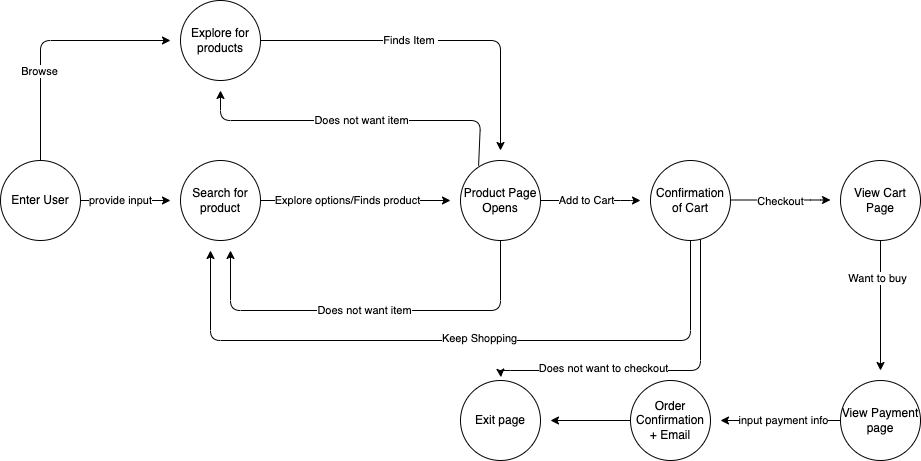
The draw.io diagram explore/diagramming/diagram.drawio.png in JacksonYangUCSD/sp24-cse110-lab4, before a commit. Source tidied: cells renumbered, new cells last; positions are measured from the earlier drawing's top-left corner, leaving out a move shared by most shapes. Source of this version:
```xml
<mxGraphModel>
  <root>
    <mxCell id="0" />
    <mxCell id="1" parent="0" />
    <mxCell id="2" value="provide input" style="edgeStyle=none;html=1;exitX=1;exitY=0.5;exitDx=0;exitDy=0;" parent="1" edge="1" source="5">
      <mxGeometry x="-0.11" relative="1" as="geometry">
        <mxPoint x="170" y="200" as="targetPoint" />
      </mxGeometry>
    </mxCell>
    <mxCell id="3" style="edgeStyle=none;html=1;" parent="1" edge="1" source="5">
      <mxGeometry relative="1" as="geometry">
        <mxPoint x="170" y="40" as="targetPoint" />
        <Array as="points">
          <mxPoint x="40" y="40" />
        </Array>
      </mxGeometry>
    </mxCell>
    <mxCell id="4" value="Browse" style="edgeLabel;html=1;align=center;verticalAlign=middle;" parent="3" vertex="1">
      <mxGeometry x="-0.28" y="1" relative="1" as="geometry" />
    </mxCell>
    <mxCell id="5" value="Enter User" style="ellipse;whiteSpace=wrap;html=1;" parent="1" vertex="1">
      <mxGeometry y="160" width="80" height="80" as="geometry" />
    </mxCell>
    <mxCell id="6" value="Explore options/Finds product" style="edgeStyle=none;html=1;" parent="1" edge="1" source="7">
      <mxGeometry x="-0.09" relative="1" as="geometry">
        <mxPoint x="450" y="200" as="targetPoint" />
      </mxGeometry>
    </mxCell>
    <mxCell id="7" value="Search for product" style="ellipse;whiteSpace=wrap;html=1;" parent="1" vertex="1">
      <mxGeometry x="180" y="160" width="80" height="80" as="geometry" />
    </mxCell>
    <mxCell id="8" style="edgeStyle=none;html=1;" parent="1" edge="1" source="14">
      <mxGeometry relative="1" as="geometry">
        <mxPoint x="230" y="250" as="targetPoint" />
        <Array as="points">
          <mxPoint x="500" y="310" />
          <mxPoint x="230" y="310" />
        </Array>
      </mxGeometry>
    </mxCell>
    <mxCell id="9" value="Does not want item" style="edgeLabel;html=1;align=center;verticalAlign=middle;" parent="8" vertex="1">
      <mxGeometry x="-0.29" y="2" relative="1" as="geometry">
        <mxPoint x="-63" y="-2" as="offset" />
      </mxGeometry>
    </mxCell>
    <mxCell id="10" style="edgeStyle=none;html=1;" parent="1" edge="1" source="14">
      <mxGeometry relative="1" as="geometry">
        <mxPoint x="640" y="200" as="targetPoint" />
        <Array as="points">
          <mxPoint x="630" y="200" />
        </Array>
      </mxGeometry>
    </mxCell>
    <mxCell id="11" value="Add to Cart" style="edgeLabel;html=1;align=center;verticalAlign=middle;" parent="10" vertex="1">
      <mxGeometry x="-0.42" y="-4" relative="1" as="geometry">
        <mxPoint x="17" y="-4" as="offset" />
      </mxGeometry>
    </mxCell>
    <mxCell id="12" style="edgeStyle=none;html=1;exitX=0.226;exitY=0.065;exitDx=0;exitDy=0;exitPerimeter=0;" parent="1" edge="1" source="14">
      <mxGeometry relative="1" as="geometry">
        <mxPoint x="220" y="90" as="targetPoint" />
        <Array as="points">
          <mxPoint x="480" y="120" />
          <mxPoint x="220" y="120" />
        </Array>
      </mxGeometry>
    </mxCell>
    <mxCell id="13" value="Does not want item" style="edgeLabel;html=1;align=center;verticalAlign=middle;" parent="12" vertex="1">
      <mxGeometry x="0.2" relative="1" as="geometry">
        <mxPoint x="36" as="offset" />
      </mxGeometry>
    </mxCell>
    <mxCell id="14" value="Product Page&lt;br&gt;Opens" style="ellipse;whiteSpace=wrap;html=1;" parent="1" vertex="1">
      <mxGeometry x="460" y="160" width="80" height="80" as="geometry" />
    </mxCell>
    <mxCell id="15" style="edgeStyle=none;html=1;" parent="1" edge="1" source="19">
      <mxGeometry relative="1" as="geometry">
        <mxPoint x="210" y="250" as="targetPoint" />
        <Array as="points">
          <mxPoint x="690" y="340" />
          <mxPoint x="210" y="340" />
        </Array>
      </mxGeometry>
    </mxCell>
    <mxCell id="16" value="Keep Shopping" style="edgeLabel;html=1;align=center;verticalAlign=middle;points=[];" parent="15" vertex="1">
      <mxGeometry x="-0.07" y="-2" relative="1" as="geometry" />
    </mxCell>
    <mxCell id="17" style="edgeStyle=none;html=1;entryX=0.505;entryY=-0.041;entryDx=0;entryDy=0;entryPerimeter=0;" parent="1" edge="1" target="30">
      <mxGeometry relative="1" as="geometry">
        <mxPoint x="700" y="230" as="sourcePoint" />
        <Array as="points">
          <mxPoint x="700" y="370" />
          <mxPoint x="500" y="370" />
        </Array>
      </mxGeometry>
    </mxCell>
    <mxCell id="18" value="Does not want to checkout" style="edgeLabel;html=1;align=center;verticalAlign=middle;points=[];" parent="17" vertex="1">
      <mxGeometry x="0.37" y="-2" relative="1" as="geometry" />
    </mxCell>
    <mxCell id="19" value="Confirmation&lt;br&gt;of Cart" style="ellipse;whiteSpace=wrap;html=1;" parent="1" vertex="1">
      <mxGeometry x="650" y="160" width="80" height="80" as="geometry" />
    </mxCell>
    <mxCell id="20" style="edgeStyle=none;html=1;" parent="1" edge="1">
      <mxGeometry relative="1" as="geometry">
        <mxPoint x="730" y="199.5" as="sourcePoint" />
        <mxPoint x="830" y="199.5" as="targetPoint" />
        <Array as="points">
          <mxPoint x="820" y="199.5" />
        </Array>
      </mxGeometry>
    </mxCell>
    <mxCell id="21" value="Checkout" style="edgeLabel;html=1;align=center;verticalAlign=middle;points=[];" parent="20" vertex="1">
      <mxGeometry x="-0.2" y="3" relative="1" as="geometry">
        <mxPoint x="10" y="4" as="offset" />
      </mxGeometry>
    </mxCell>
    <mxCell id="22" style="edgeStyle=none;html=1;" parent="1" edge="1" source="24">
      <mxGeometry relative="1" as="geometry">
        <mxPoint x="880" y="370" as="targetPoint" />
      </mxGeometry>
    </mxCell>
    <mxCell id="23" value="Want to buy" style="edgeLabel;html=1;align=center;verticalAlign=middle;" parent="22" vertex="1">
      <mxGeometry x="-0.42" y="-3" relative="1" as="geometry" />
    </mxCell>
    <mxCell id="24" value="View Cart&lt;br&gt;Page" style="ellipse;whiteSpace=wrap;html=1;" parent="1" vertex="1">
      <mxGeometry x="840" y="160" width="80" height="80" as="geometry" />
    </mxCell>
    <mxCell id="25" style="edgeStyle=none;html=1;" parent="1" edge="1" source="27">
      <mxGeometry relative="1" as="geometry">
        <mxPoint x="720" y="420" as="targetPoint" />
      </mxGeometry>
    </mxCell>
    <mxCell id="26" value="input payment info" style="edgeLabel;html=1;align=center;verticalAlign=middle;" parent="25" vertex="1">
      <mxGeometry x="-0.04" y="-2" relative="1" as="geometry">
        <mxPoint y="2" as="offset" />
      </mxGeometry>
    </mxCell>
    <mxCell id="27" value="View Payment&lt;br&gt;page" style="ellipse;whiteSpace=wrap;html=1;" parent="1" vertex="1">
      <mxGeometry x="840" y="380" width="80" height="80" as="geometry" />
    </mxCell>
    <mxCell id="28" style="edgeStyle=none;html=1;" parent="1" edge="1" source="29">
      <mxGeometry relative="1" as="geometry">
        <mxPoint x="550" y="420" as="targetPoint" />
      </mxGeometry>
    </mxCell>
    <mxCell id="29" value="Order Confirmation + Email" style="ellipse;whiteSpace=wrap;html=1;" parent="1" vertex="1">
      <mxGeometry x="630" y="380" width="80" height="80" as="geometry" />
    </mxCell>
    <mxCell id="30" value="Exit page" style="ellipse;whiteSpace=wrap;html=1;" parent="1" vertex="1">
      <mxGeometry x="460" y="380" width="80" height="80" as="geometry" />
    </mxCell>
    <mxCell id="31" style="edgeStyle=none;html=1;" parent="1" edge="1" source="33">
      <mxGeometry relative="1" as="geometry">
        <mxPoint x="500" y="150" as="targetPoint" />
        <Array as="points">
          <mxPoint x="500" y="40" />
        </Array>
      </mxGeometry>
    </mxCell>
    <mxCell id="32" value="Finds Item&amp;nbsp;" style="edgeLabel;html=1;align=center;verticalAlign=middle;" parent="31" vertex="1">
      <mxGeometry x="-0.09" y="-1" relative="1" as="geometry">
        <mxPoint x="-9" y="-1" as="offset" />
      </mxGeometry>
    </mxCell>
    <mxCell id="33" value="Explore for products" style="ellipse;whiteSpace=wrap;html=1;" parent="1" vertex="1">
      <mxGeometry x="180" width="80" height="80" as="geometry" />
    </mxCell>
  </root>
</mxGraphModel>
```
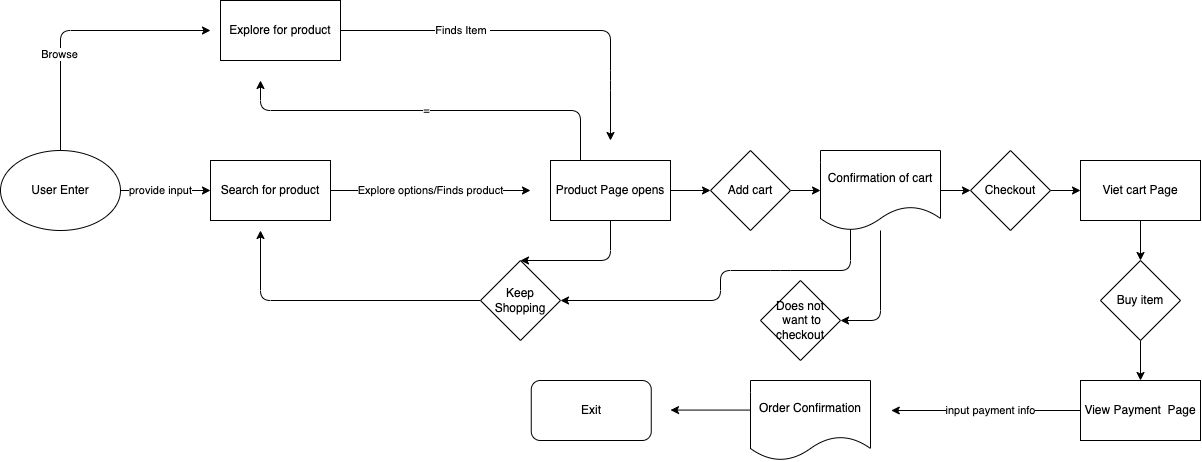
Above is the later version.

Change to the diagram source:
```diff
@@ -2,132 +2,47 @@
   <root>
     <mxCell id="0" />
     <mxCell id="1" parent="0" />
-    <mxCell id="2" value="provide input" style="edgeStyle=none;html=1;exitX=1;exitY=0.5;exitDx=0;exitDy=0;" parent="1" edge="1" source="5">
+    <mxCell id="2" value="provide input" style="edgeStyle=none;html=1;exitX=1;exitY=0.5;exitDx=0;exitDy=0;" parent="1" edge="1">
       <mxGeometry x="-0.11" relative="1" as="geometry">
-        <mxPoint x="170" y="200" as="targetPoint" />
+        <mxPoint x="90" y="190" as="sourcePoint" />
+        <mxPoint x="180" y="190" as="targetPoint" />
       </mxGeometry>
     </mxCell>
-    <mxCell id="3" style="edgeStyle=none;html=1;" parent="1" edge="1" source="5">
+    <mxCell id="3" style="edgeStyle=none;html=1;exitX=0.5;exitY=0;exitDx=0;exitDy=0;" parent="1" edge="1" source="35">
       <mxGeometry relative="1" as="geometry">
-        <mxPoint x="170" y="40" as="targetPoint" />
+        <mxPoint x="180" y="30" as="targetPoint" />
         <Array as="points">
-          <mxPoint x="40" y="40" />
+          <mxPoint x="30" y="30" />
         </Array>
       </mxGeometry>
     </mxCell>
     <mxCell id="4" value="Browse" style="edgeLabel;html=1;align=center;verticalAlign=middle;" parent="3" vertex="1">
       <mxGeometry x="-0.28" y="1" relative="1" as="geometry" />
     </mxCell>
-    <mxCell id="5" value="Enter User" style="ellipse;whiteSpace=wrap;html=1;" parent="1" vertex="1">
-      <mxGeometry y="160" width="80" height="80" as="geometry" />
-    </mxCell>
-    <mxCell id="6" value="Explore options/Finds product" style="edgeStyle=none;html=1;" parent="1" edge="1" source="7">
-      <mxGeometry x="-0.09" relative="1" as="geometry">
-        <mxPoint x="450" y="200" as="targetPoint" />
+    <mxCell id="6" value="Explore options/Finds product" style="edgeStyle=none;html=1;exitX=1;exitY=0.5;exitDx=0;exitDy=0;" parent="1" edge="1">
+      <mxGeometry relative="1" as="geometry">
+        <mxPoint x="300" y="190" as="sourcePoint" />
+        <mxPoint x="500" y="190" as="targetPoint" />
       </mxGeometry>
     </mxCell>
-    <mxCell id="7" value="Search for product" style="ellipse;whiteSpace=wrap;html=1;" parent="1" vertex="1">
-      <mxGeometry x="180" y="160" width="80" height="80" as="geometry" />
-    </mxCell>
-    <mxCell id="8" style="edgeStyle=none;html=1;" parent="1" edge="1" source="14">
-      <mxGeometry relative="1" as="geometry">
-        <mxPoint x="230" y="250" as="targetPoint" />
-        <Array as="points">
-          <mxPoint x="500" y="310" />
-          <mxPoint x="230" y="310" />
-        </Array>
-      </mxGeometry>
-    </mxCell>
-    <mxCell id="9" value="Does not want item" style="edgeLabel;html=1;align=center;verticalAlign=middle;" parent="8" vertex="1">
-      <mxGeometry x="-0.29" y="2" relative="1" as="geometry">
-        <mxPoint x="-63" y="-2" as="offset" />
-      </mxGeometry>
-    </mxCell>
-    <mxCell id="10" style="edgeStyle=none;html=1;" parent="1" edge="1" source="14">
-      <mxGeometry relative="1" as="geometry">
-        <mxPoint x="640" y="200" as="targetPoint" />
-        <Array as="points">
-          <mxPoint x="630" y="200" />
-        </Array>
-      </mxGeometry>
-    </mxCell>
-    <mxCell id="11" value="Add to Cart" style="edgeLabel;html=1;align=center;verticalAlign=middle;" parent="10" vertex="1">
-      <mxGeometry x="-0.42" y="-4" relative="1" as="geometry">
-        <mxPoint x="17" y="-4" as="offset" />
-      </mxGeometry>
-    </mxCell>
-    <mxCell id="12" style="edgeStyle=none;html=1;exitX=0.226;exitY=0.065;exitDx=0;exitDy=0;exitPerimeter=0;" parent="1" edge="1" source="14">
+    <mxCell id="12" style="edgeStyle=none;html=1;exitX=0.25;exitY=0;exitDx=0;exitDy=0;" parent="1" edge="1" source="40">
       <mxGeometry relative="1" as="geometry">
-        <mxPoint x="220" y="90" as="targetPoint" />
+        <mxPoint x="230" y="80" as="targetPoint" />
         <Array as="points">
-          <mxPoint x="480" y="120" />
-          <mxPoint x="220" y="120" />
+          <mxPoint x="550" y="110" />
+          <mxPoint x="230" y="110" />
         </Array>
       </mxGeometry>
     </mxCell>
-    <mxCell id="13" value="Does not want item" style="edgeLabel;html=1;align=center;verticalAlign=middle;" parent="12" vertex="1">
+    <mxCell id="13" value="=" style="edgeLabel;html=1;align=center;verticalAlign=middle;" parent="12" vertex="1">
       <mxGeometry x="0.2" relative="1" as="geometry">
         <mxPoint x="36" as="offset" />
       </mxGeometry>
     </mxCell>
-    <mxCell id="14" value="Product Page&lt;br&gt;Opens" style="ellipse;whiteSpace=wrap;html=1;" parent="1" vertex="1">
-      <mxGeometry x="460" y="160" width="80" height="80" as="geometry" />
-    </mxCell>
-    <mxCell id="15" style="edgeStyle=none;html=1;" parent="1" edge="1" source="19">
-      <mxGeometry relative="1" as="geometry">
-        <mxPoint x="210" y="250" as="targetPoint" />
-        <Array as="points">
-          <mxPoint x="690" y="340" />
-          <mxPoint x="210" y="340" />
-        </Array>
-      </mxGeometry>
-    </mxCell>
-    <mxCell id="16" value="Keep Shopping" style="edgeLabel;html=1;align=center;verticalAlign=middle;points=[];" parent="15" vertex="1">
-      <mxGeometry x="-0.07" y="-2" relative="1" as="geometry" />
-    </mxCell>
-    <mxCell id="17" style="edgeStyle=none;html=1;entryX=0.505;entryY=-0.041;entryDx=0;entryDy=0;entryPerimeter=0;" parent="1" edge="1" target="30">
-      <mxGeometry relative="1" as="geometry">
-        <mxPoint x="700" y="230" as="sourcePoint" />
-        <Array as="points">
-          <mxPoint x="700" y="370" />
-          <mxPoint x="500" y="370" />
-        </Array>
-      </mxGeometry>
-    </mxCell>
-    <mxCell id="18" value="Does not want to checkout" style="edgeLabel;html=1;align=center;verticalAlign=middle;points=[];" parent="17" vertex="1">
-      <mxGeometry x="0.37" y="-2" relative="1" as="geometry" />
-    </mxCell>
-    <mxCell id="19" value="Confirmation&lt;br&gt;of Cart" style="ellipse;whiteSpace=wrap;html=1;" parent="1" vertex="1">
-      <mxGeometry x="650" y="160" width="80" height="80" as="geometry" />
-    </mxCell>
-    <mxCell id="20" style="edgeStyle=none;html=1;" parent="1" edge="1">
-      <mxGeometry relative="1" as="geometry">
-        <mxPoint x="730" y="199.5" as="sourcePoint" />
-        <mxPoint x="830" y="199.5" as="targetPoint" />
-        <Array as="points">
-          <mxPoint x="820" y="199.5" />
-        </Array>
-      </mxGeometry>
-    </mxCell>
-    <mxCell id="21" value="Checkout" style="edgeLabel;html=1;align=center;verticalAlign=middle;points=[];" parent="20" vertex="1">
-      <mxGeometry x="-0.2" y="3" relative="1" as="geometry">
-        <mxPoint x="10" y="4" as="offset" />
-      </mxGeometry>
-    </mxCell>
-    <mxCell id="22" style="edgeStyle=none;html=1;" parent="1" edge="1" source="24">
-      <mxGeometry relative="1" as="geometry">
-        <mxPoint x="880" y="370" as="targetPoint" />
-      </mxGeometry>
-    </mxCell>
-    <mxCell id="23" value="Want to buy" style="edgeLabel;html=1;align=center;verticalAlign=middle;" parent="22" vertex="1">
-      <mxGeometry x="-0.42" y="-3" relative="1" as="geometry" />
-    </mxCell>
-    <mxCell id="24" value="View Cart&lt;br&gt;Page" style="ellipse;whiteSpace=wrap;html=1;" parent="1" vertex="1">
-      <mxGeometry x="840" y="160" width="80" height="80" as="geometry" />
-    </mxCell>
-    <mxCell id="25" style="edgeStyle=none;html=1;" parent="1" edge="1" source="27">
+    <mxCell id="25" style="edgeStyle=none;html=1;" parent="1" edge="1">
       <mxGeometry relative="1" as="geometry">
-        <mxPoint x="720" y="420" as="targetPoint" />
+        <mxPoint x="1050" y="410" as="sourcePoint" />
+        <mxPoint x="860.8" y="410" as="targetPoint" />
       </mxGeometry>
     </mxCell>
     <mxCell id="26" value="input payment info" style="edgeLabel;html=1;align=center;verticalAlign=middle;" parent="25" vertex="1">
@@ -135,35 +50,118 @@
         <mxPoint y="2" as="offset" />
       </mxGeometry>
     </mxCell>
-    <mxCell id="27" value="View Payment&lt;br&gt;page" style="ellipse;whiteSpace=wrap;html=1;" parent="1" vertex="1">
-      <mxGeometry x="840" y="380" width="80" height="80" as="geometry" />
-    </mxCell>
-    <mxCell id="28" style="edgeStyle=none;html=1;" parent="1" edge="1" source="29">
+    <mxCell id="28" style="edgeStyle=none;html=1;" parent="1" edge="1">
       <mxGeometry relative="1" as="geometry">
-        <mxPoint x="550" y="420" as="targetPoint" />
+        <mxPoint x="720" y="409.6" as="sourcePoint" />
+        <mxPoint x="640" y="409.6" as="targetPoint" />
       </mxGeometry>
     </mxCell>
-    <mxCell id="29" value="Order Confirmation + Email" style="ellipse;whiteSpace=wrap;html=1;" parent="1" vertex="1">
-      <mxGeometry x="630" y="380" width="80" height="80" as="geometry" />
-    </mxCell>
-    <mxCell id="30" value="Exit page" style="ellipse;whiteSpace=wrap;html=1;" parent="1" vertex="1">
-      <mxGeometry x="460" y="380" width="80" height="80" as="geometry" />
-    </mxCell>
-    <mxCell id="31" style="edgeStyle=none;html=1;" parent="1" edge="1" source="33">
+    <mxCell id="31" style="edgeStyle=none;html=1;exitX=1;exitY=0.5;exitDx=0;exitDy=0;" parent="1" edge="1" source="37">
       <mxGeometry relative="1" as="geometry">
-        <mxPoint x="500" y="150" as="targetPoint" />
+        <mxPoint x="580" y="140" as="targetPoint" />
         <Array as="points">
-          <mxPoint x="500" y="40" />
+          <mxPoint x="580" y="30" />
+          <mxPoint x="580" y="80" />
         </Array>
       </mxGeometry>
     </mxCell>
     <mxCell id="32" value="Finds Item&amp;nbsp;" style="edgeLabel;html=1;align=center;verticalAlign=middle;" parent="31" vertex="1">
       <mxGeometry x="-0.09" y="-1" relative="1" as="geometry">
-        <mxPoint x="-9" y="-1" as="offset" />
+        <mxPoint x="-51" y="-1" as="offset" />
       </mxGeometry>
     </mxCell>
-    <mxCell id="33" value="Explore for products" style="ellipse;whiteSpace=wrap;html=1;" parent="1" vertex="1">
-      <mxGeometry x="180" width="80" height="80" as="geometry" />
-    </mxCell>
+    <mxCell id="34" value="Exit" style="rounded=1;whiteSpace=wrap;html=1;" parent="1" vertex="1">
+      <mxGeometry x="500.8" y="380" width="120" height="60" as="geometry" />
+    </mxCell>
+    <mxCell id="35" value="User Enter" style="ellipse;whiteSpace=wrap;html=1;" parent="1" vertex="1">
+      <mxGeometry x="-30" y="150" width="120" height="80" as="geometry" />
+    </mxCell>
+    <mxCell id="36" value="Order Confirmation" style="shape=document;whiteSpace=wrap;html=1;boundedLbl=1;" parent="1" vertex="1">
+      <mxGeometry x="720" y="380" width="120" height="80" as="geometry" />
+    </mxCell>
+    <mxCell id="7" value="Search for product" style="rounded=0;whiteSpace=wrap;html=1;" parent="1" vertex="1">
+      <mxGeometry x="180" y="160" width="120" height="60" as="geometry" />
+    </mxCell>
+    <mxCell id="37" value="Explore for product" style="rounded=0;whiteSpace=wrap;html=1;" parent="1" vertex="1">
+      <mxGeometry x="190" width="120" height="60" as="geometry" />
+    </mxCell>
+    <mxCell id="38" style="edgeStyle=none;html=1;" parent="1" edge="1" source="40" target="49">
+      <mxGeometry relative="1" as="geometry" />
+    </mxCell>
+    <mxCell id="39" style="edgeStyle=none;html=1;entryX=0.5;entryY=0;entryDx=0;entryDy=0;" parent="1" edge="1" source="40" target="16">
+      <mxGeometry relative="1" as="geometry">
+        <Array as="points">
+          <mxPoint x="580" y="260" />
+        </Array>
+      </mxGeometry>
+    </mxCell>
+    <mxCell id="40" value="Product Page opens" style="rounded=0;whiteSpace=wrap;html=1;" parent="1" vertex="1">
+      <mxGeometry x="520" y="160" width="120" height="60" as="geometry" />
+    </mxCell>
+    <mxCell id="41" style="edgeStyle=none;html=1;" parent="1" edge="1" source="42" target="52">
+      <mxGeometry relative="1" as="geometry" />
+    </mxCell>
+    <mxCell id="42" value="Viet cart Page" style="rounded=0;whiteSpace=wrap;html=1;" parent="1" vertex="1">
+      <mxGeometry x="1050" y="160" width="120" height="60" as="geometry" />
+    </mxCell>
+    <mxCell id="43" style="edgeStyle=none;html=1;" parent="1" edge="1" source="46" target="21">
+      <mxGeometry relative="1" as="geometry" />
+    </mxCell>
+    <mxCell id="44" style="edgeStyle=none;html=1;entryX=1;entryY=0.5;entryDx=0;entryDy=0;" parent="1" edge="1" source="46" target="18">
+      <mxGeometry relative="1" as="geometry">
+        <Array as="points">
+          <mxPoint x="850" y="320" />
+        </Array>
+      </mxGeometry>
+    </mxCell>
+    <mxCell id="45" style="edgeStyle=none;html=1;entryX=1;entryY=0.5;entryDx=0;entryDy=0;" parent="1" edge="1" target="16">
+      <mxGeometry relative="1" as="geometry">
+        <mxPoint x="820" y="220" as="sourcePoint" />
+        <Array as="points">
+          <mxPoint x="820" y="270" />
+          <mxPoint x="750" y="270" />
+          <mxPoint x="690" y="270" />
+          <mxPoint x="690" y="300" />
+        </Array>
+      </mxGeometry>
+    </mxCell>
+    <mxCell id="46" value="Confirmation of cart" style="shape=document;whiteSpace=wrap;html=1;boundedLbl=1;" parent="1" vertex="1">
+      <mxGeometry x="790" y="150" width="120" height="80" as="geometry" />
+    </mxCell>
+    <mxCell id="47" value="View Payment&amp;nbsp; Page" style="rounded=0;whiteSpace=wrap;html=1;" parent="1" vertex="1">
+      <mxGeometry x="1050" y="380" width="120" height="60" as="geometry" />
+    </mxCell>
+    <mxCell id="48" style="edgeStyle=none;html=1;" parent="1" edge="1" source="49" target="46">
+      <mxGeometry relative="1" as="geometry" />
+    </mxCell>
+    <mxCell id="49" value="Add cart" style="rhombus;whiteSpace=wrap;html=1;" parent="1" vertex="1">
+      <mxGeometry x="680" y="150" width="80" height="80" as="geometry" />
+    </mxCell>
+    <mxCell id="50" style="edgeStyle=none;html=1;" parent="1" edge="1" source="21" target="42">
+      <mxGeometry relative="1" as="geometry" />
+    </mxCell>
+    <mxCell id="21" value="Checkout" style="rhombus;whiteSpace=wrap;html=1;" parent="1" vertex="1">
+      <mxGeometry x="940" y="150" width="80" height="80" as="geometry" />
+    </mxCell>
+    <mxCell id="51" style="edgeStyle=none;html=1;" parent="1" edge="1" source="52" target="47">
+      <mxGeometry relative="1" as="geometry" />
+    </mxCell>
+    <mxCell id="52" value="Buy item" style="rhombus;whiteSpace=wrap;html=1;" parent="1" vertex="1">
+      <mxGeometry x="1070" y="260" width="80" height="80" as="geometry" />
+    </mxCell>
+    <mxCell id="18" value="Does not&lt;br&gt;&amp;nbsp;want to&lt;br&gt;checkout" style="rhombus;whiteSpace=wrap;html=1;" parent="1" vertex="1">
+      <mxGeometry x="730" y="280" width="80" height="80" as="geometry" />
+    </mxCell>
+    <mxCell id="53" style="edgeStyle=none;html=1;" parent="1" edge="1" source="16">
+      <mxGeometry relative="1" as="geometry">
+        <mxPoint x="230" y="230" as="targetPoint" />
+        <Array as="points">
+          <mxPoint x="230" y="300" />
+        </Array>
+      </mxGeometry>
+    </mxCell>
+    <mxCell id="16" value="Keep Shopping" style="rhombus;whiteSpace=wrap;html=1;" parent="1" vertex="1">
+      <mxGeometry x="450" y="260" width="80" height="80" as="geometry" />
+    </mxCell>
   </root>
 </mxGraphModel>
```
